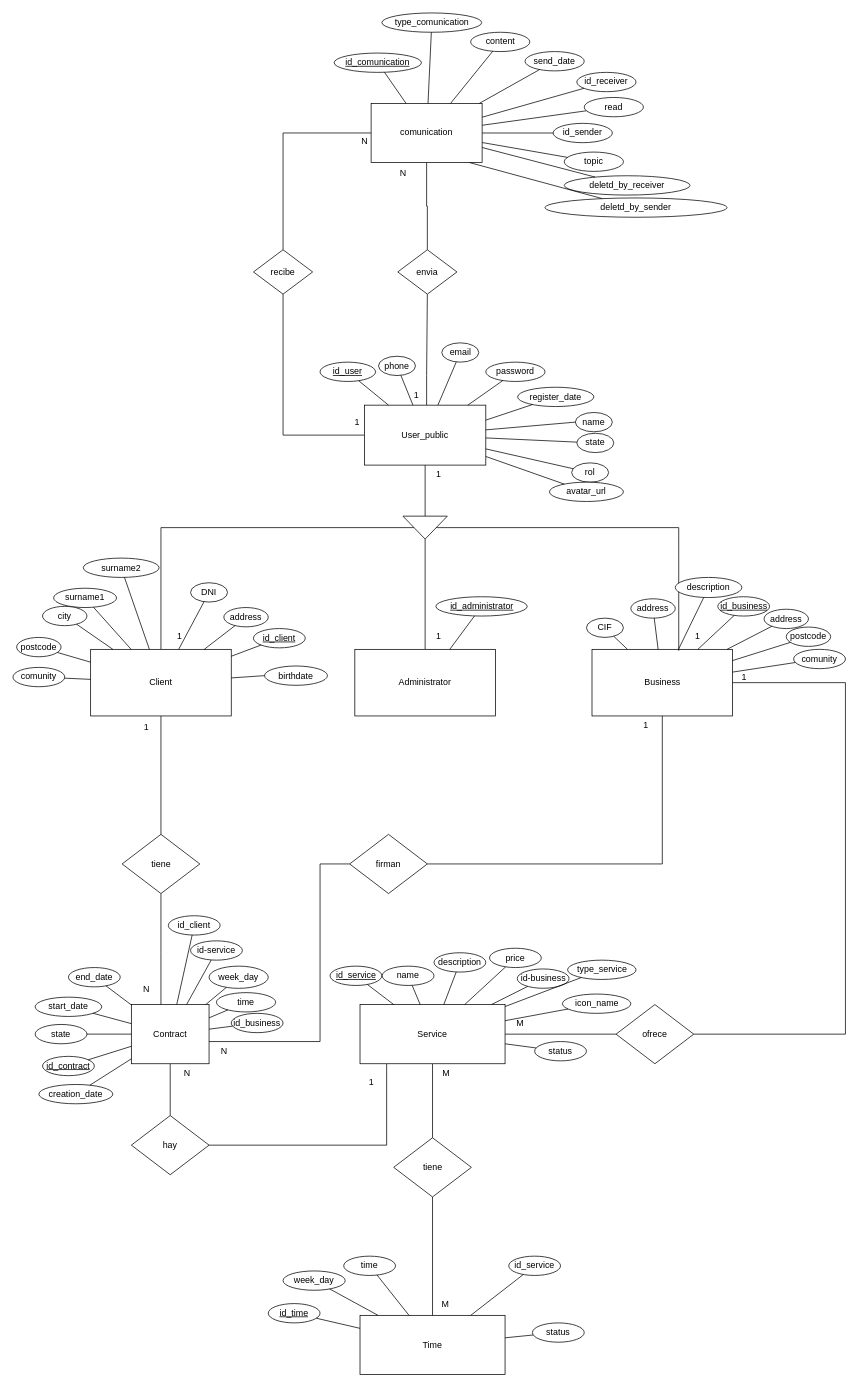
Earlier version of the draw.io diagram documentacion_extra/base_datos/ER.drawio (egilp04/TFG_Cuidados). Source tidied: cells renumbered, new cells numbered last; positions are measured from the earlier drawing's top-left corner, leaving out a move shared by most shapes. Both pictures are drawn from the tidied source at 74%, with x=0, y=0 at pixel (13, 13).
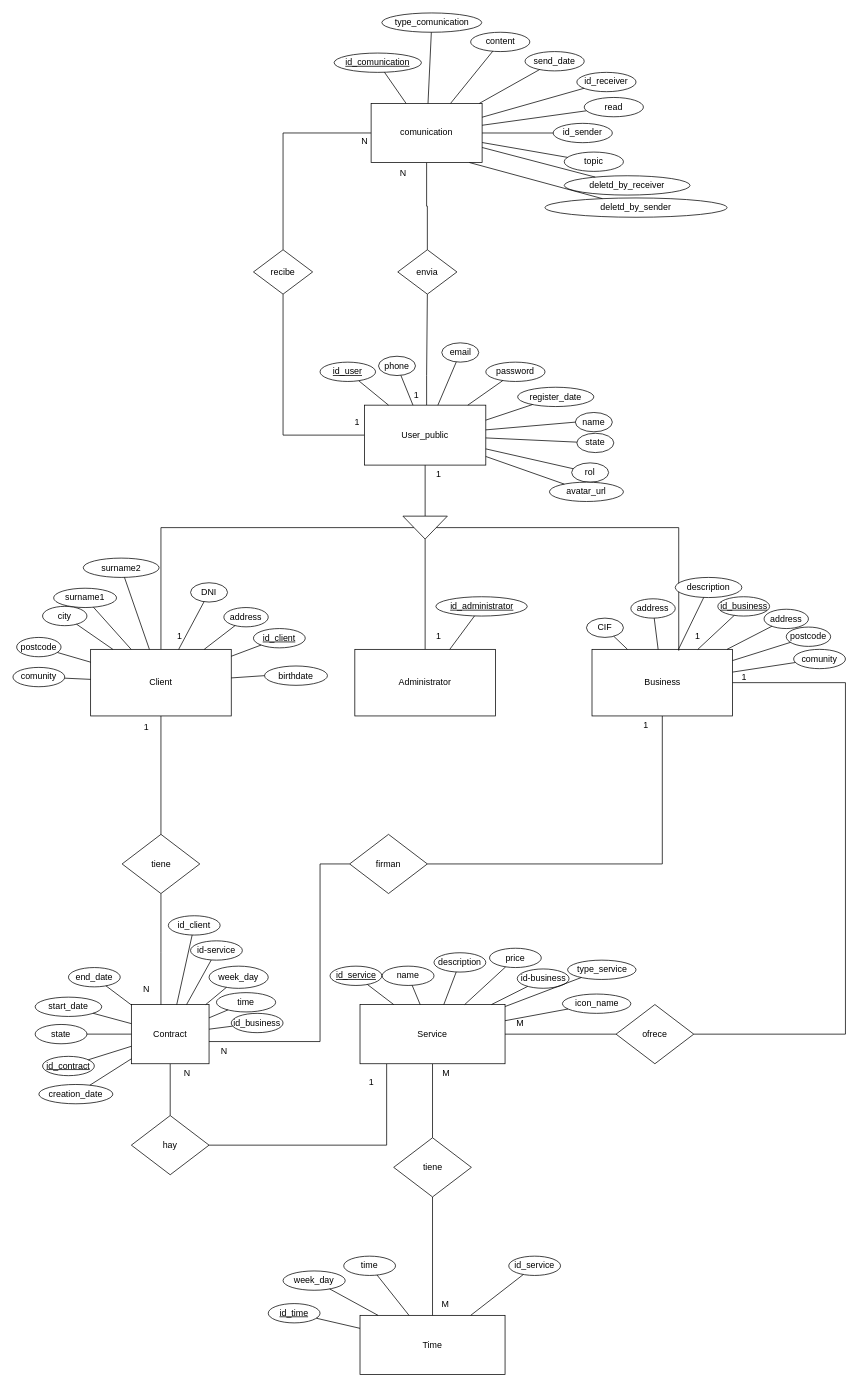
After the change.

Unchanged cells that the change refers to:
```xml
<mxCell id="24" value="Service" style="rounded=0;whiteSpace=wrap;html=1;" parent="1" vertex="1">
  <mxGeometry x="469" y="1340" width="196" height="80" as="geometry" />
</mxCell>
<mxCell id="29" value="Time" style="rounded=0;whiteSpace=wrap;html=1;" parent="1" vertex="1">
  <mxGeometry x="469" y="1760" width="196" height="80" as="geometry" />
</mxCell>
```

Diff of the diagram source:
```diff
@@
-    <mxCell id="168" value="status" style="ellipse;whiteSpace=wrap;html=1;" parent="1" vertex="1">
-      <mxGeometry x="705" y="1390" width="70" height="26.1" as="geometry" />
-    </mxCell>
-    <mxCell id="169" style="endArrow=none;html=1;rounded=0;" parent="1" edge="1" source="24" target="168">
-      <mxGeometry relative="1" as="geometry" />
-    </mxCell>
-    <mxCell id="170" value="status" style="ellipse;whiteSpace=wrap;html=1;" parent="1" vertex="1">
-      <mxGeometry x="702" y="1770.2" width="70" height="26.1" as="geometry" />
-    </mxCell>
-    <mxCell id="171" style="endArrow=none;html=1;rounded=0;" parent="1" edge="1" source="170" target="29">
-      <mxGeometry relative="1" as="geometry" />
-    </mxCell>
```
